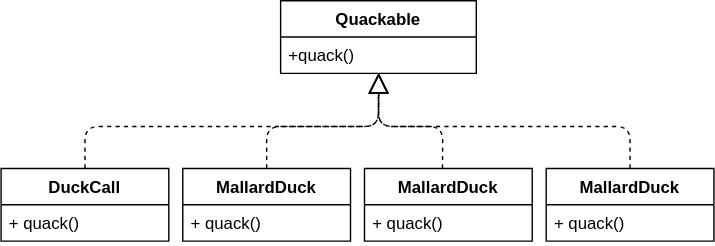
Earlier version of the draw.io export exos/patterns/mix/ducks/1-depart/1-ducks-classes.svg (tig12/cnam-2isa). Source tidied: cells renumbered, new cells last; positions are measured from the earlier drawing's top-left corner, leaving out a move shared by most shapes. Its diagram source:
```xml
<mxGraphModel>
  <root>
    <mxCell id="0" />
    <mxCell id="1" parent="0" />
    <mxCell id="2" style="endArrow=block;dashed=1;endFill=0;endSize=12;html=1;exitX=0.5;exitY=0;exitDx=0;exitDy=0;" parent="1" edge="1" source="4" target="13">
      <mxGeometry relative="1" as="geometry">
        <Array as="points">
          <mxPoint x="190" y="90" />
          <mxPoint x="270" y="90" />
        </Array>
      </mxGeometry>
    </mxCell>
    <mxCell id="3" style="endArrow=block;dashed=1;endFill=0;endSize=12;html=1;entryX=0.502;entryY=1.002;entryDx=0;entryDy=0;entryPerimeter=0;exitX=0.465;exitY=0.001;exitDx=0;exitDy=0;exitPerimeter=0;" parent="1" edge="1" source="6" target="13">
      <mxGeometry relative="1" as="geometry">
        <Array as="points">
          <mxPoint x="316" y="90" />
          <mxPoint x="270" y="90" />
        </Array>
      </mxGeometry>
    </mxCell>
    <mxCell id="4" value="MallardDuck" style="swimlane;fontStyle=1;horizontal=1;startSize=26;fillColor=none;" parent="1" vertex="1">
      <mxGeometry x="130" y="120" width="120" height="52" as="geometry" />
    </mxCell>
    <mxCell id="5" value="+ quack()" style="text;strokeColor=none;fillColor=none;align=left;verticalAlign=top;spacingLeft=4;spacingRight=4;overflow=hidden;" parent="4" vertex="1">
      <mxGeometry y="26" width="120" height="26" as="geometry" />
    </mxCell>
    <mxCell id="6" value="MallardDuck" style="swimlane;fontStyle=1;horizontal=1;startSize=26;fillColor=none;" parent="1" vertex="1">
      <mxGeometry x="260" y="120" width="120" height="52" as="geometry" />
    </mxCell>
    <mxCell id="7" value="+ quack()" style="text;strokeColor=none;fillColor=none;align=left;verticalAlign=top;spacingLeft=4;spacingRight=4;overflow=hidden;" parent="6" vertex="1">
      <mxGeometry y="26" width="120" height="26" as="geometry" />
    </mxCell>
    <mxCell id="8" value="DuckCall" style="swimlane;fontStyle=1;horizontal=1;startSize=26;fillColor=none;" parent="1" vertex="1">
      <mxGeometry y="120" width="120" height="52" as="geometry" />
    </mxCell>
    <mxCell id="9" value="+ quack()" style="text;strokeColor=none;fillColor=none;align=left;verticalAlign=top;spacingLeft=4;spacingRight=4;overflow=hidden;" parent="8" vertex="1">
      <mxGeometry y="26" width="120" height="26" as="geometry" />
    </mxCell>
    <mxCell id="10" value="MallardDuck" style="swimlane;fontStyle=1;horizontal=1;startSize=26;fillColor=none;" parent="1" vertex="1">
      <mxGeometry x="390" y="120" width="120" height="52" as="geometry" />
    </mxCell>
    <mxCell id="11" value="+ quack()" style="text;strokeColor=none;fillColor=none;align=left;verticalAlign=top;spacingLeft=4;spacingRight=4;overflow=hidden;" parent="10" vertex="1">
      <mxGeometry y="26" width="120" height="26" as="geometry" />
    </mxCell>
    <mxCell id="12" value="Quackable" style="swimlane;fontStyle=1;horizontal=1;startSize=26;fillColor=none;" parent="1" vertex="1">
      <mxGeometry x="200" width="140" height="52" as="geometry" />
    </mxCell>
    <mxCell id="13" value="+quack()" style="text;strokeColor=none;fillColor=none;align=left;verticalAlign=top;spacingLeft=4;spacingRight=4;overflow=hidden;points=[[0,0.5],[1,0.5]];portConstraint=eastwest;" parent="12" vertex="1">
      <mxGeometry y="26" width="140" height="26" as="geometry" />
    </mxCell>
    <mxCell id="14" style="endArrow=block;dashed=1;endFill=0;endSize=12;html=1;exitX=0.5;exitY=0;exitDx=0;exitDy=0;entryX=0.501;entryY=0.986;entryDx=0;entryDy=0;entryPerimeter=0;" parent="1" edge="1" source="10" target="13">
      <mxGeometry relative="1" as="geometry">
        <Array as="points">
          <mxPoint x="450" y="90" />
          <mxPoint x="270" y="90" />
        </Array>
      </mxGeometry>
    </mxCell>
    <mxCell id="15" style="endArrow=block;dashed=1;endFill=0;endSize=12;html=1;exitX=0.5;exitY=0;exitDx=0;exitDy=0;entryX=0.501;entryY=0.998;entryDx=0;entryDy=0;entryPerimeter=0;" parent="1" edge="1" source="8" target="13">
      <mxGeometry relative="1" as="geometry">
        <Array as="points">
          <mxPoint x="60" y="90" />
          <mxPoint x="270" y="90" />
        </Array>
      </mxGeometry>
    </mxCell>
  </root>
</mxGraphModel>
```
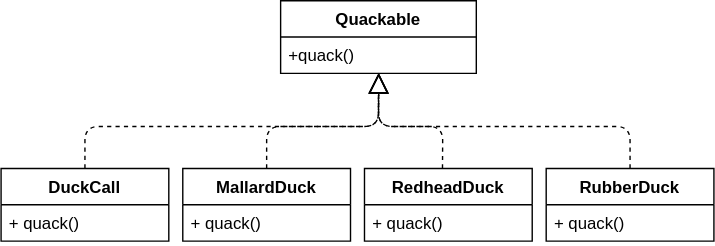
After the change.

What changed in the source:
```diff
@@ -24,7 +24,7 @@
     <mxCell id="5" value="+ quack()" style="text;strokeColor=none;fillColor=none;align=left;verticalAlign=top;spacingLeft=4;spacingRight=4;overflow=hidden;" parent="4" vertex="1">
       <mxGeometry y="26" width="120" height="26" as="geometry" />
     </mxCell>
-    <mxCell id="6" value="MallardDuck" style="swimlane;fontStyle=1;horizontal=1;startSize=26;fillColor=none;" parent="1" vertex="1">
+    <mxCell id="6" value="RedheadDuck" style="swimlane;fontStyle=1;horizontal=1;startSize=26;fillColor=none;" parent="1" vertex="1">
       <mxGeometry x="260" y="120" width="120" height="52" as="geometry" />
     </mxCell>
     <mxCell id="7" value="+ quack()" style="text;strokeColor=none;fillColor=none;align=left;verticalAlign=top;spacingLeft=4;spacingRight=4;overflow=hidden;" parent="6" vertex="1">
@@ -36,7 +36,7 @@
     <mxCell id="9" value="+ quack()" style="text;strokeColor=none;fillColor=none;align=left;verticalAlign=top;spacingLeft=4;spacingRight=4;overflow=hidden;" parent="8" vertex="1">
       <mxGeometry y="26" width="120" height="26" as="geometry" />
     </mxCell>
-    <mxCell id="10" value="MallardDuck" style="swimlane;fontStyle=1;horizontal=1;startSize=26;fillColor=none;" parent="1" vertex="1">
+    <mxCell id="10" value="RubberDuck" style="swimlane;fontStyle=1;horizontal=1;startSize=26;fillColor=none;" parent="1" vertex="1">
       <mxGeometry x="390" y="120" width="120" height="52" as="geometry" />
     </mxCell>
     <mxCell id="11" value="+ quack()" style="text;strokeColor=none;fillColor=none;align=left;verticalAlign=top;spacingLeft=4;spacingRight=4;overflow=hidden;" parent="10" vertex="1">
```
